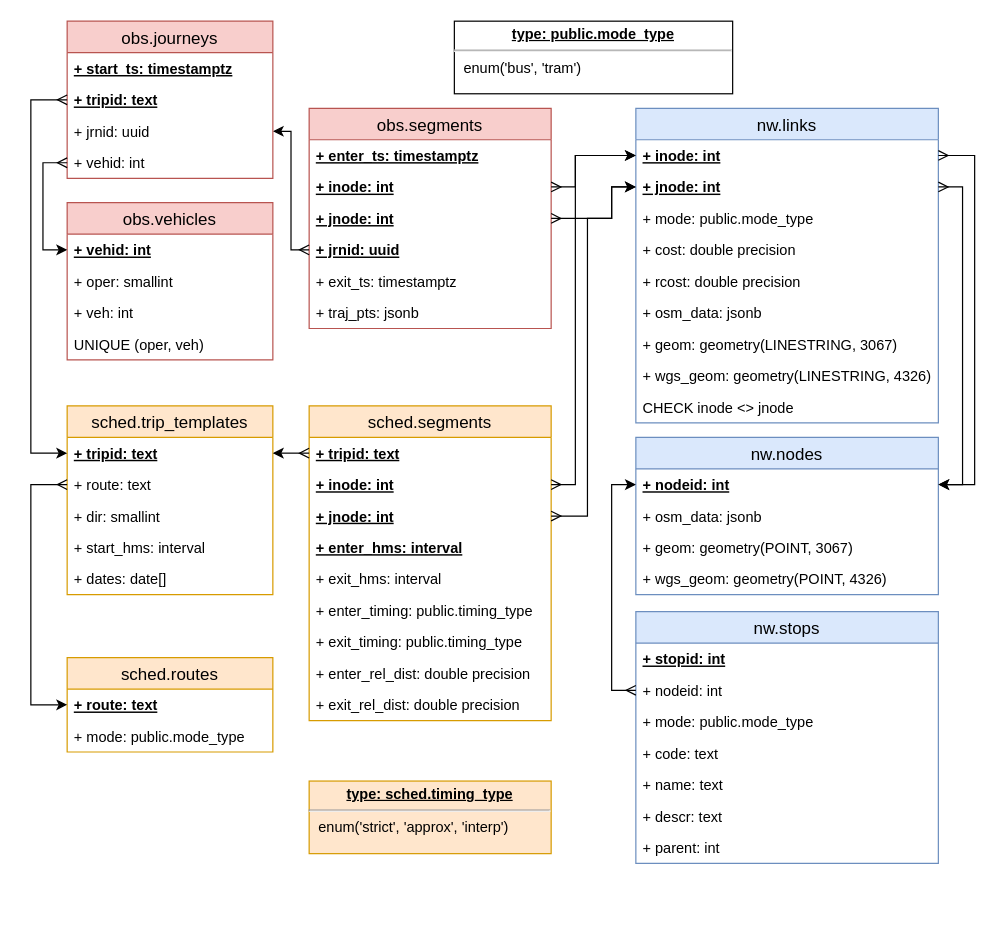
Earlier version of the draw.io diagram page "production" (1 of 4) of docs/sujuikoDB.drawio (datarttu/sujuikoDB). Source tidied: cells renumbered, new cells numbered last; positions are measured from the earlier drawing's top-left corner, leaving out a move shared by most shapes. Both pictures are drawn from the tidied source at 121%, with x=0, y=0 at pixel (30, 21).
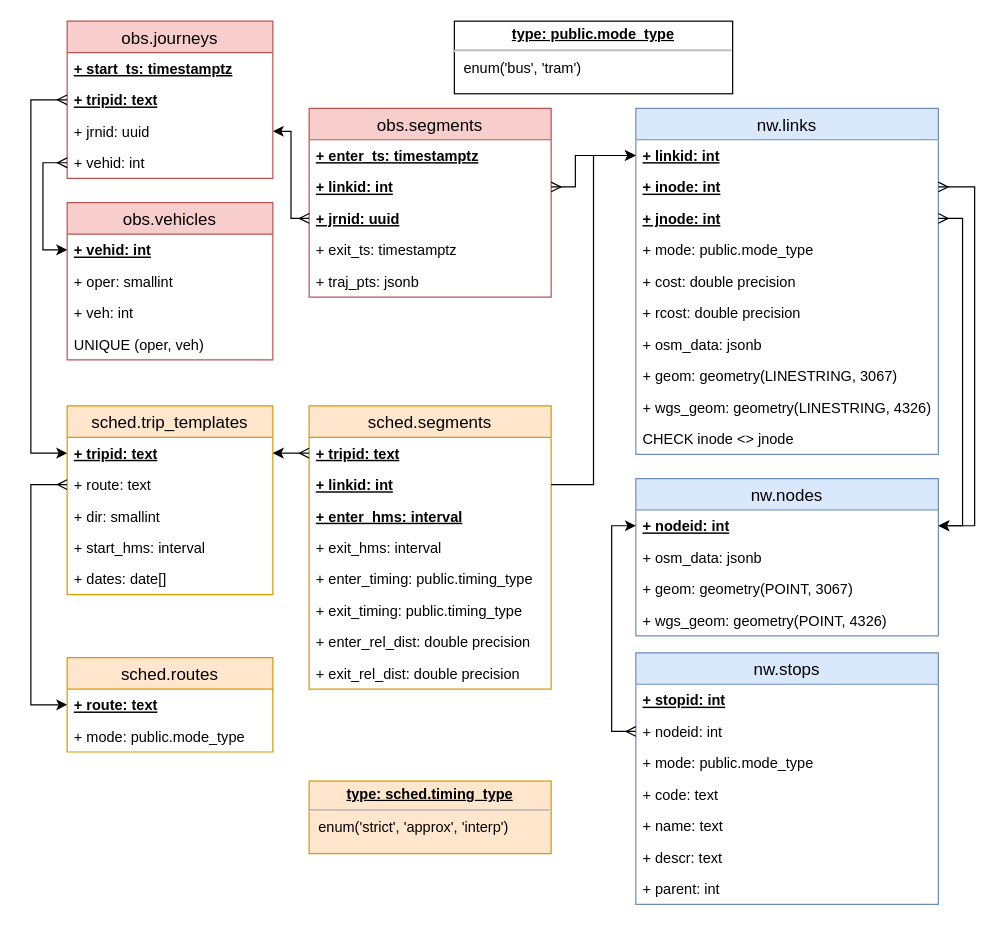
Above is the later version.

What changed in the source:
```diff
@@
     <mxCell id="2" value="obs.segments" style="swimlane;fontStyle=0;horizontal=1;startSize=26;fillColor=#f8cecc;swimlaneFillColor=#ffffff;align=center;fontSize=14;strokeColor=#b85450;" parent="1" vertex="1">
-      <mxGeometry x="230" y="72" width="200" height="182" as="geometry" />
+      <mxGeometry x="230" y="72" width="200" height="156" as="geometry" />
     </mxCell>
@@
-    <mxCell id="4" value="+ inode: int" style="text;strokeColor=none;fillColor=none;spacingLeft=4;spacingRight=4;overflow=hidden;points=[[0,0.5],[1,0.5]];portConstraint=eastwest;fontSize=12;fontStyle=5;" parent="2" vertex="1">
-      <mxGeometry y="52" width="200" height="26" as="geometry" />
-    </mxCell>
-    <mxCell id="5" value="+ jnode: int" style="text;strokeColor=none;fillColor=none;spacingLeft=4;spacingRight=4;overflow=hidden;points=[[0,0.5],[1,0.5]];portConstraint=eastwest;fontSize=12;fontStyle=5;" parent="2" vertex="1">
-      <mxGeometry y="78" width="200" height="26" as="geometry" />
+    <mxCell id="5" value="+ linkid: int" style="text;strokeColor=none;fillColor=none;spacingLeft=4;spacingRight=4;overflow=hidden;points=[[0,0.5],[1,0.5]];portConstraint=eastwest;fontSize=12;fontStyle=5;" parent="2" vertex="1">
+      <mxGeometry y="52" width="200" height="26" as="geometry" />
     </mxCell>
     <mxCell id="6" value="+ jrnid: uuid" style="text;strokeColor=none;fillColor=none;spacingLeft=4;spacingRight=4;overflow=hidden;points=[[0,0.5],[1,0.5]];portConstraint=eastwest;fontSize=12;fontStyle=5;" parent="2" vertex="1">
-      <mxGeometry y="104" width="200" height="26" as="geometry" />
+      <mxGeometry y="78" width="200" height="26" as="geometry" />
     </mxCell>
     <mxCell id="7" value="+ exit_ts: timestamptz" style="text;strokeColor=none;fillColor=none;spacingLeft=4;spacingRight=4;overflow=hidden;fontSize=12;" parent="2" vertex="1">
-      <mxGeometry y="130" width="200" height="26" as="geometry" />
+      <mxGeometry y="104" width="200" height="26" as="geometry" />
     </mxCell>
     <mxCell id="8" value="+ traj_pts: jsonb" style="text;strokeColor=none;fillColor=none;spacingLeft=4;spacingRight=4;overflow=hidden;fontSize=12;" parent="2" vertex="1">
-      <mxGeometry y="156" width="200" height="26" as="geometry" />
+      <mxGeometry y="130" width="200" height="26" as="geometry" />
     </mxCell>
     <mxCell id="9" value="nw.links" style="swimlane;fontStyle=0;horizontal=1;startSize=26;fillColor=#dae8fc;swimlaneFillColor=#ffffff;align=center;fontSize=14;strokeColor=#6c8ebf;" parent="1" vertex="1">
-      <mxGeometry x="500" y="72" width="250" height="260" as="geometry" />
+      <mxGeometry x="500" y="72" width="250" height="286" as="geometry" />
     </mxCell>
+    <mxCell id="75" value="+ linkid: int" style="text;strokeColor=none;fillColor=none;spacingLeft=4;spacingRight=4;overflow=hidden;points=[[0,0.5],[1,0.5]];portConstraint=eastwest;fontSize=12;fontStyle=5;" parent="9" vertex="1">
+      <mxGeometry y="26" width="250" height="26" as="geometry" />
+    </mxCell>
     <mxCell id="10" value="+ inode: int" style="text;strokeColor=none;fillColor=none;spacingLeft=4;spacingRight=4;overflow=hidden;points=[[0,0.5],[1,0.5]];portConstraint=eastwest;fontSize=12;fontStyle=5;" parent="9" vertex="1">
-      <mxGeometry y="26" width="250" height="26" as="geometry" />
+      <mxGeometry y="52" width="250" height="26" as="geometry" />
     </mxCell>
     <mxCell id="11" value="+ jnode: int" style="text;strokeColor=none;fillColor=none;spacingLeft=4;spacingRight=4;overflow=hidden;points=[[0,0.5],[1,0.5]];portConstraint=eastwest;fontSize=12;fontStyle=5;" parent="9" vertex="1">
-      <mxGeometry y="52" width="250" height="26" as="geometry" />
+      <mxGeometry y="78" width="250" height="26" as="geometry" />
     </mxCell>
     <mxCell id="12" value="+ mode: public.mode_type" style="text;strokeColor=none;fillColor=none;spacingLeft=4;spacingRight=4;overflow=hidden;fontSize=12;" parent="9" vertex="1">
-      <mxGeometry y="78" width="250" height="26" as="geometry" />
+      <mxGeometry y="104" width="250" height="26" as="geometry" />
     </mxCell>
     <mxCell id="13" value="+ cost: double precision" style="text;strokeColor=none;fillColor=none;spacingLeft=4;spacingRight=4;overflow=hidden;fontSize=12;" parent="9" vertex="1">
-      <mxGeometry y="104" width="250" height="26" as="geometry" />
+      <mxGeometry y="130" width="250" height="26" as="geometry" />
     </mxCell>
     <mxCell id="14" value="+ rcost: double precision" style="text;strokeColor=none;fillColor=none;spacingLeft=4;spacingRight=4;overflow=hidden;fontSize=12;" parent="9" vertex="1">
-      <mxGeometry y="130" width="250" height="26" as="geometry" />
+      <mxGeometry y="156" width="250" height="26" as="geometry" />
     </mxCell>
     <mxCell id="15" value="+ osm_data: jsonb" style="text;strokeColor=none;fillColor=none;spacingLeft=4;spacingRight=4;overflow=hidden;fontSize=12;" parent="9" vertex="1">
-      <mxGeometry y="156" width="250" height="26" as="geometry" />
+      <mxGeometry y="182" width="250" height="26" as="geometry" />
     </mxCell>
     <mxCell id="16" value="+ geom: geometry(LINESTRING, 3067)" style="text;strokeColor=none;fillColor=none;spacingLeft=4;spacingRight=4;overflow=hidden;fontSize=12;" parent="9" vertex="1">
-      <mxGeometry y="182" width="250" height="26" as="geometry" />
+      <mxGeometry y="208" width="250" height="26" as="geometry" />
     </mxCell>
     <mxCell id="17" value="+ wgs_geom: geometry(LINESTRING, 4326)" style="text;strokeColor=none;fillColor=none;spacingLeft=4;spacingRight=4;overflow=hidden;fontSize=12;" parent="9" vertex="1">
-      <mxGeometry y="208" width="250" height="26" as="geometry" />
+      <mxGeometry y="234" width="250" height="26" as="geometry" />
     </mxCell>
     <mxCell id="18" value="CHECK inode &lt;&gt; jnode" style="text;strokeColor=none;fillColor=none;spacingLeft=4;spacingRight=4;overflow=hidden;fontSize=12;" parent="9" vertex="1">
-      <mxGeometry y="234" width="250" height="26" as="geometry" />
+      <mxGeometry y="260" width="250" height="26" as="geometry" />
     </mxCell>
@@
     <mxCell id="20" value="nw.nodes" style="swimlane;fontStyle=0;horizontal=1;startSize=26;fillColor=#dae8fc;swimlaneFillColor=#ffffff;align=center;fontSize=14;strokeColor=#6c8ebf;" parent="1" vertex="1">
-      <mxGeometry x="500" y="344" width="250" height="130" as="geometry" />
+      <mxGeometry x="500" y="378" width="250" height="130" as="geometry" />
     </mxCell>
@@
     <mxCell id="25" value="nw.stops" style="swimlane;fontStyle=0;horizontal=1;startSize=26;fillColor=#dae8fc;swimlaneFillColor=#ffffff;align=center;fontSize=14;strokeColor=#6c8ebf;" parent="1" vertex="1">
-      <mxGeometry x="500" y="488" width="250" height="208" as="geometry" />
+      <mxGeometry x="500" y="522" width="250" height="208" as="geometry" />
     </mxCell>
@@
     <mxCell id="39" value="sched.segments" style="swimlane;fontStyle=0;horizontal=1;startSize=26;fillColor=#ffe6cc;swimlaneFillColor=#ffffff;align=center;fontSize=14;strokeColor=#d79b00;" parent="1" vertex="1">
-      <mxGeometry x="230" y="318" width="200" height="260" as="geometry" />
+      <mxGeometry x="230" y="318" width="200" height="234" as="geometry" />
     </mxCell>
@@
-    <mxCell id="41" value="+ inode: int" style="text;strokeColor=none;fillColor=none;spacingLeft=4;spacingRight=4;overflow=hidden;points=[[0,0.5],[1,0.5]];portConstraint=eastwest;fontSize=12;fontStyle=5;" parent="39" vertex="1">
+    <mxCell id="41" value="+ linkid: int" style="text;strokeColor=none;fillColor=none;spacingLeft=4;spacingRight=4;overflow=hidden;points=[[0,0.5],[1,0.5]];portConstraint=eastwest;fontSize=12;fontStyle=5;" parent="39" vertex="1">
       <mxGeometry y="52" width="200" height="26" as="geometry" />
     </mxCell>
-    <mxCell id="42" value="+ jnode: int" style="text;strokeColor=none;fillColor=none;spacingLeft=4;spacingRight=4;overflow=hidden;points=[[0,0.5],[1,0.5]];portConstraint=eastwest;fontSize=12;fontStyle=5;" parent="39" vertex="1">
-      <mxGeometry y="78" width="200" height="26" as="geometry" />
-    </mxCell>
     <mxCell id="43" value="+ enter_hms: interval" style="text;strokeColor=none;fillColor=none;spacingLeft=4;spacingRight=4;overflow=hidden;fontSize=12;fontStyle=5;" parent="39" vertex="1">
-      <mxGeometry y="104" width="200" height="26" as="geometry" />
+      <mxGeometry y="78" width="200" height="26" as="geometry" />
     </mxCell>
     <mxCell id="44" value="+ exit_hms: interval" style="text;strokeColor=none;fillColor=none;spacingLeft=4;spacingRight=4;overflow=hidden;fontSize=12;" parent="39" vertex="1">
-      <mxGeometry y="130" width="200" height="26" as="geometry" />
+      <mxGeometry y="104" width="200" height="26" as="geometry" />
     </mxCell>
     <mxCell id="45" value="+ enter_timing: public.timing_type" style="text;strokeColor=none;fillColor=none;spacingLeft=4;spacingRight=4;overflow=hidden;fontSize=12;" parent="39" vertex="1">
-      <mxGeometry y="156" width="200" height="26" as="geometry" />
+      <mxGeometry y="130" width="200" height="26" as="geometry" />
     </mxCell>
     <mxCell id="46" value="+ exit_timing: public.timing_type" style="text;strokeColor=none;fillColor=none;spacingLeft=4;spacingRight=4;overflow=hidden;fontSize=12;" parent="39" vertex="1">
-      <mxGeometry y="182" width="200" height="26" as="geometry" />
+      <mxGeometry y="156" width="200" height="26" as="geometry" />
     </mxCell>
     <mxCell id="47" value="+ enter_rel_dist: double precision" style="text;strokeColor=none;fillColor=none;spacingLeft=4;spacingRight=4;overflow=hidden;fontSize=12;" parent="39" vertex="1">
-      <mxGeometry y="208" width="200" height="26" as="geometry" />
+      <mxGeometry y="182" width="200" height="26" as="geometry" />
     </mxCell>
     <mxCell id="48" value="+ exit_rel_dist: double precision" style="text;strokeColor=none;fillColor=none;spacingLeft=4;spacingRight=4;overflow=hidden;fontSize=12;" parent="39" vertex="1">
-      <mxGeometry y="234" width="200" height="26" as="geometry" />
+      <mxGeometry y="208" width="200" height="26" as="geometry" />
     </mxCell>
@@
-    <mxCell id="53" style="edgeStyle=elbowEdgeStyle;rounded=0;jettySize=auto;html=1;exitX=1;exitY=0.5;exitDx=0;exitDy=0;entryX=0;entryY=0.5;entryDx=0;entryDy=0;startArrow=ERmany;startFill=0;" parent="1" edge="1" source="4" target="10">
+    <mxCell id="53" style="edgeStyle=elbowEdgeStyle;rounded=0;jettySize=auto;html=1;exitX=1;exitY=0.5;exitDx=0;exitDy=0;entryX=0;entryY=0.5;entryDx=0;entryDy=0;startArrow=ERmany;startFill=0;" parent="1" edge="1" target="75">
       <mxGeometry relative="1" as="geometry">
+        <mxPoint x="430" y="137" as="sourcePoint" />
         <Array as="points">
           <mxPoint x="450" y="118" />
         </Array>
       </mxGeometry>
     </mxCell>
-    <mxCell id="54" style="edgeStyle=elbowEdgeStyle;rounded=0;jettySize=auto;html=1;exitX=1;exitY=0.5;exitDx=0;exitDy=0;entryX=0;entryY=0.5;entryDx=0;entryDy=0;startArrow=ERmany;startFill=0;" parent="1" edge="1" source="5" target="11">
-      <mxGeometry relative="1" as="geometry">
-        <Array as="points">
-          <mxPoint x="480" y="148" />
-        </Array>
-      </mxGeometry>
-    </mxCell>
@@
-    <mxCell id="66" style="edgeStyle=orthogonalEdgeStyle;rounded=0;jettySize=auto;html=1;exitX=1;exitY=0.5;exitDx=0;exitDy=0;entryX=0;entryY=0.5;entryDx=0;entryDy=0;startArrow=ERmany;startFill=0;" parent="1" edge="1" source="41" target="10">
-      <mxGeometry relative="1" as="geometry">
-        <Array as="points">
-          <mxPoint x="450" y="383" />
-          <mxPoint x="450" y="111" />
-        </Array>
-      </mxGeometry>
-    </mxCell>
-    <mxCell id="67" style="edgeStyle=orthogonalEdgeStyle;rounded=0;jettySize=auto;html=1;exitX=1;exitY=0.5;exitDx=0;exitDy=0;entryX=0;entryY=0.5;entryDx=0;entryDy=0;startArrow=ERmany;startFill=0;" parent="1" edge="1" source="42" target="11">
-      <mxGeometry relative="1" as="geometry">
-        <Array as="points">
-          <mxPoint x="460" y="409" />
-          <mxPoint x="460" y="163" />
-          <mxPoint x="480" y="163" />
-          <mxPoint x="480" y="137" />
-        </Array>
-      </mxGeometry>
-    </mxCell>
@@
+    <mxCell id="76" style="edgeStyle=orthogonalEdgeStyle;rounded=0;jettySize=auto;html=1;exitX=1;exitY=0.5;exitDx=0;exitDy=0;entryX=0;entryY=0.5;entryDx=0;entryDy=0;" parent="1" edge="1" source="41" target="75">
+      <mxGeometry relative="1" as="geometry" />
+    </mxCell>
```
